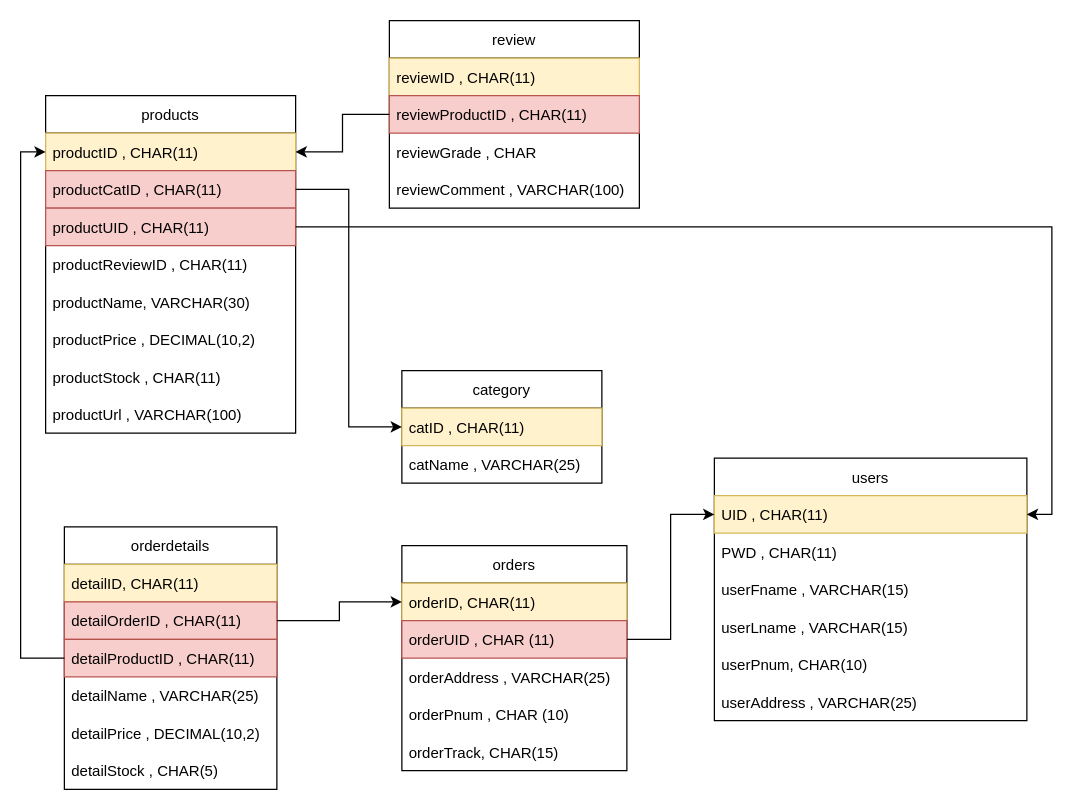
Before: Charts/flowchart.drawio in AlexanderSelfors/D0018E, a draw.io diagram. Source tidied: cells renumbered, new cells numbered last; positions are measured from the earlier drawing's top-left corner, leaving out a move shared by most shapes. Both pictures are drawn from the tidied source at 125%, with x=0, y=0 at pixel (45, 20).
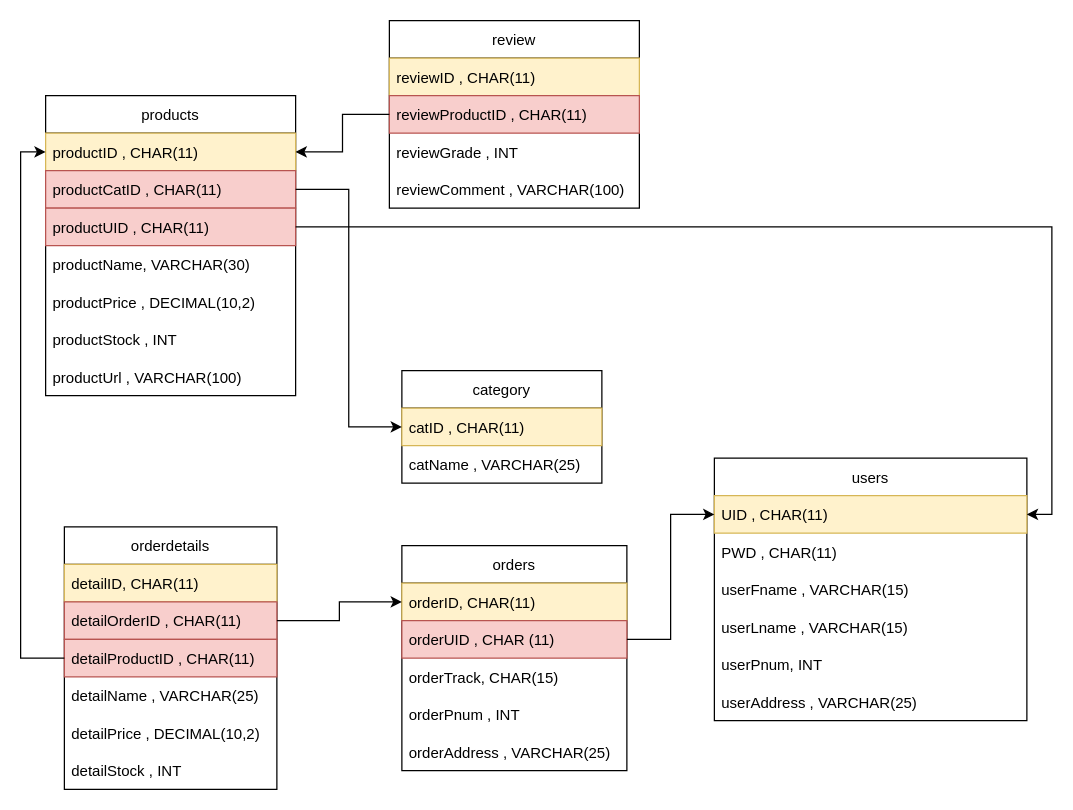
Above is the later version.

Unchanged cells that the change refers to:
```xml
<mxCell id="2" value="users" style="swimlane;fontStyle=0;horizontal=1;startSize=30;" parent="1" vertex="1">
  <mxGeometry x="535" y="350" width="250" height="210" as="geometry" />
</mxCell>
<mxCell id="18" value="orders" style="swimlane;fontStyle=0;horizontal=1;startSize=30;" parent="1" vertex="1">
  <mxGeometry x="285" y="420" width="180" height="180" as="geometry" />
</mxCell>
<mxCell id="24" value="orderdetails" style="swimlane;fontStyle=0;horizontal=1;startSize=30;" parent="1" vertex="1">
  <mxGeometry x="15" y="405" width="170" height="210" as="geometry" />
</mxCell>
<mxCell id="34" value="review" style="swimlane;fontStyle=0;horizontal=1;startSize=30;" parent="1" vertex="1">
  <mxGeometry x="275" width="200" height="150" as="geometry" />
</mxCell>
```

What changed in the source:
```diff
@@
-    <mxCell id="7" value="userPnum, CHAR(10) " style="text;strokeColor=none;fillColor=none;align=left;verticalAlign=middle;spacingLeft=4;spacingRight=4;overflow=hidden;" parent="2" vertex="1">
+    <mxCell id="7" value="userPnum, INT " style="text;strokeColor=none;fillColor=none;align=left;verticalAlign=middle;spacingLeft=4;spacingRight=4;overflow=hidden;" parent="2" vertex="1">
       <mxGeometry y="150" width="250" height="30" as="geometry" />
     </mxCell>
@@
     <mxCell id="9" value="products" style="swimlane;fontStyle=0;horizontal=1;startSize=30;" parent="1" vertex="1">
-      <mxGeometry y="60" width="200" height="270" as="geometry" />
+      <mxGeometry y="60" width="200" height="240" as="geometry" />
     </mxCell>
@@
-    <mxCell id="13" value="productReviewID , CHAR(11)" style="text;align=left;verticalAlign=middle;spacingLeft=4;spacingRight=4;overflow=hidden;" parent="9" vertex="1">
-      <mxGeometry y="120" width="200" height="30" as="geometry" />
-    </mxCell>
     <mxCell id="14" value="productName, VARCHAR(30)" style="text;strokeColor=none;fillColor=none;align=left;verticalAlign=middle;spacingLeft=4;spacingRight=4;overflow=hidden;" parent="9" vertex="1">
-      <mxGeometry y="150" width="200" height="30" as="geometry" />
+      <mxGeometry y="120" width="200" height="30" as="geometry" />
     </mxCell>
     <mxCell id="15" value="productPrice , DECIMAL(10,2)" style="text;strokeColor=none;fillColor=none;align=left;verticalAlign=middle;spacingLeft=4;spacingRight=4;overflow=hidden;" parent="9" vertex="1">
-      <mxGeometry y="180" width="200" height="30" as="geometry" />
+      <mxGeometry y="150" width="200" height="30" as="geometry" />
     </mxCell>
-    <mxCell id="16" value="productStock , CHAR(11)" style="text;strokeColor=none;fillColor=none;align=left;verticalAlign=middle;spacingLeft=4;spacingRight=4;overflow=hidden;" parent="9" vertex="1">
-      <mxGeometry y="210" width="200" height="30" as="geometry" />
+    <mxCell id="16" value="productStock , INT" style="text;strokeColor=none;fillColor=none;align=left;verticalAlign=middle;spacingLeft=4;spacingRight=4;overflow=hidden;" parent="9" vertex="1">
+      <mxGeometry y="180" width="200" height="30" as="geometry" />
     </mxCell>
     <mxCell id="17" value="productUrl , VARCHAR(100)" style="text;strokeColor=none;fillColor=none;align=left;verticalAlign=middle;spacingLeft=4;spacingRight=4;overflow=hidden;" parent="9" vertex="1">
-      <mxGeometry y="240" width="200" height="30" as="geometry" />
+      <mxGeometry y="210" width="200" height="30" as="geometry" />
     </mxCell>
@@
+    <mxCell id="23" value="orderTrack, CHAR(15)" style="text;strokeColor=none;fillColor=none;align=left;verticalAlign=middle;spacingLeft=4;spacingRight=4;overflow=hidden;" parent="18" vertex="1">
+      <mxGeometry y="90" width="180" height="30" as="geometry" />
+    </mxCell>
+    <mxCell id="22" value="orderPnum , INT" style="text;strokeColor=none;fillColor=none;align=left;verticalAlign=middle;spacingLeft=4;spacingRight=4;overflow=hidden;" parent="18" vertex="1">
+      <mxGeometry y="120" width="180" height="30" as="geometry" />
+    </mxCell>
     <mxCell id="21" value="orderAddress , VARCHAR(25)" style="text;strokeColor=none;fillColor=none;align=left;verticalAlign=middle;spacingLeft=4;spacingRight=4;overflow=hidden;" parent="18" vertex="1">
-      <mxGeometry y="90" width="180" height="30" as="geometry" />
+      <mxGeometry y="150" width="180" height="30" as="geometry" />
     </mxCell>
-    <mxCell id="22" value="orderPnum , CHAR (10)" style="text;strokeColor=none;fillColor=none;align=left;verticalAlign=middle;spacingLeft=4;spacingRight=4;overflow=hidden;" parent="18" vertex="1">
-      <mxGeometry y="120" width="180" height="30" as="geometry" />
-    </mxCell>
-    <mxCell id="23" value="orderTrack, CHAR(15)" style="text;strokeColor=none;fillColor=none;align=left;verticalAlign=middle;spacingLeft=4;spacingRight=4;overflow=hidden;" parent="18" vertex="1">
-      <mxGeometry y="150" width="180" height="30" as="geometry" />
-    </mxCell>
@@
-    <mxCell id="30" value="detailStock , CHAR(5)" style="text;strokeColor=none;fillColor=none;align=left;verticalAlign=middle;spacingLeft=4;spacingRight=4;overflow=hidden;" parent="24" vertex="1">
+    <mxCell id="30" value="detailStock , INT" style="text;strokeColor=none;fillColor=none;align=left;verticalAlign=middle;spacingLeft=4;spacingRight=4;overflow=hidden;" parent="24" vertex="1">
       <mxGeometry y="180" width="170" height="30" as="geometry" />
     </mxCell>
@@
-    <mxCell id="37" value="reviewGrade , CHAR " style="text;strokeColor=none;fillColor=none;align=left;verticalAlign=middle;spacingLeft=4;spacingRight=4;overflow=hidden;" parent="34" vertex="1">
+    <mxCell id="37" value="reviewGrade , INT" style="text;strokeColor=none;fillColor=none;align=left;verticalAlign=middle;spacingLeft=4;spacingRight=4;overflow=hidden;" parent="34" vertex="1">
       <mxGeometry y="90" width="200" height="30" as="geometry" />
     </mxCell>
```
